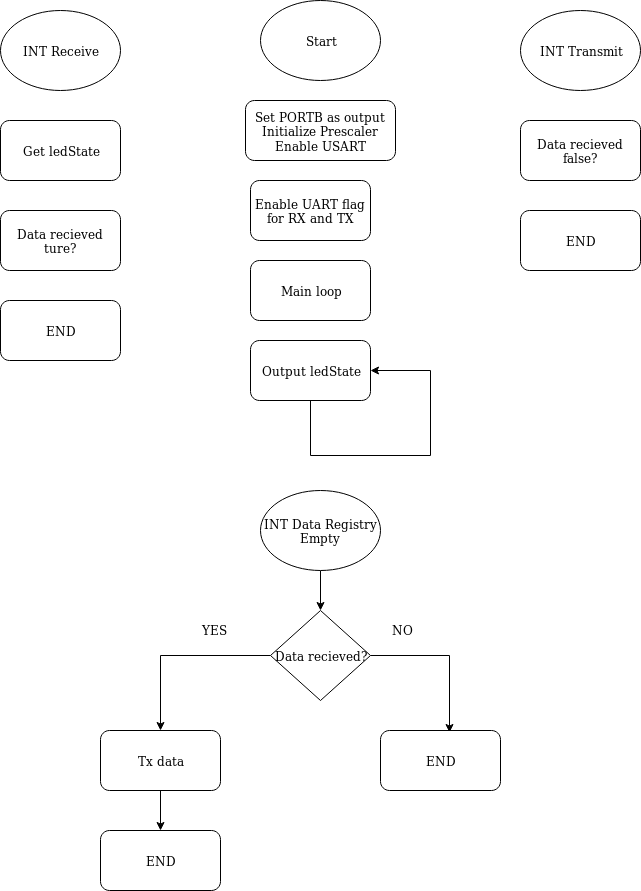
Earlier version of the draw.io export Lab 4/Flowcharts/5.png (samahDD/1DT301-2). Source tidied: cells renumbered, new cells last; positions are measured from the earlier drawing's top-left corner, leaving out a move shared by most shapes. Its diagram source:
```xml
<mxGraphModel>
  <root>
    <mxCell id="0" />
    <mxCell id="1" parent="0" />
    <mxCell id="2" value="Start" style="ellipse;whiteSpace=wrap;html=1;" parent="1" vertex="1">
      <mxGeometry x="260" width="120" height="80" as="geometry" />
    </mxCell>
    <mxCell id="3" value="Set PORTB as output&lt;br&gt;Initialize Prescaler&lt;br&gt;Enable USART" style="rounded=1;whiteSpace=wrap;html=1;" parent="1" vertex="1">
      <mxGeometry x="245" y="100" width="150" height="60" as="geometry" />
    </mxCell>
    <mxCell id="4" value="Enable UART flag for RX and TX" style="rounded=1;whiteSpace=wrap;html=1;" parent="1" vertex="1">
      <mxGeometry x="250" y="180" width="120" height="60" as="geometry" />
    </mxCell>
    <mxCell id="5" value="Main loop" style="rounded=1;whiteSpace=wrap;html=1;" parent="1" vertex="1">
      <mxGeometry x="250" y="260" width="120" height="60" as="geometry" />
    </mxCell>
    <mxCell id="6" style="edgeStyle=orthogonalEdgeStyle;rounded=0;orthogonalLoop=1;jettySize=auto;html=1;entryX=1;entryY=0.5;entryDx=0;entryDy=0;" parent="1" edge="1" source="7" target="7">
      <mxGeometry relative="1" as="geometry">
        <Array as="points">
          <mxPoint x="310" y="455" />
          <mxPoint x="430" y="455" />
          <mxPoint x="430" y="370" />
        </Array>
      </mxGeometry>
    </mxCell>
    <mxCell id="7" value="Output ledState" style="rounded=1;whiteSpace=wrap;html=1;" parent="1" vertex="1">
      <mxGeometry x="250" y="340" width="120" height="60" as="geometry" />
    </mxCell>
    <mxCell id="8" value="INT Receive" style="ellipse;whiteSpace=wrap;html=1;" parent="1" vertex="1">
      <mxGeometry y="10" width="120" height="80" as="geometry" />
    </mxCell>
    <mxCell id="9" style="edgeStyle=orthogonalEdgeStyle;rounded=0;jettySize=auto;html=1;" parent="1" edge="1" source="10" target="19">
      <mxGeometry relative="1" as="geometry" />
    </mxCell>
    <mxCell id="10" value="INT Data Registry Empty" style="ellipse;whiteSpace=wrap;html=1;" parent="1" vertex="1">
      <mxGeometry x="260" y="490" width="120" height="80" as="geometry" />
    </mxCell>
    <mxCell id="11" value="INT Transmit" style="ellipse;whiteSpace=wrap;html=1;" parent="1" vertex="1">
      <mxGeometry x="520" y="10" width="120" height="80" as="geometry" />
    </mxCell>
    <mxCell id="12" value="Get ledState" style="rounded=1;whiteSpace=wrap;html=1;" parent="1" vertex="1">
      <mxGeometry y="120" width="120" height="60" as="geometry" />
    </mxCell>
    <mxCell id="13" value="Data recieved ture?" style="rounded=1;whiteSpace=wrap;html=1;" parent="1" vertex="1">
      <mxGeometry y="210" width="120" height="60" as="geometry" />
    </mxCell>
    <mxCell id="14" value="END" style="rounded=1;whiteSpace=wrap;html=1;" parent="1" vertex="1">
      <mxGeometry y="300" width="120" height="60" as="geometry" />
    </mxCell>
    <mxCell id="15" value="Data recieved false?" style="rounded=1;whiteSpace=wrap;html=1;" parent="1" vertex="1">
      <mxGeometry x="520" y="120" width="120" height="60" as="geometry" />
    </mxCell>
    <mxCell id="16" value="END" style="rounded=1;whiteSpace=wrap;html=1;" parent="1" vertex="1">
      <mxGeometry x="520" y="210" width="120" height="60" as="geometry" />
    </mxCell>
    <mxCell id="17" style="edgeStyle=orthogonalEdgeStyle;rounded=0;jettySize=auto;html=1;entryX=0.5;entryY=0;entryDx=0;entryDy=0;" parent="1" edge="1" source="19" target="21">
      <mxGeometry relative="1" as="geometry" />
    </mxCell>
    <mxCell id="18" style="edgeStyle=orthogonalEdgeStyle;rounded=0;jettySize=auto;html=1;entryX=0.575;entryY=0.033;entryDx=0;entryDy=0;entryPerimeter=0;" parent="1" edge="1" source="19" target="23">
      <mxGeometry relative="1" as="geometry" />
    </mxCell>
    <mxCell id="19" value="Data recieved?" style="rhombus;whiteSpace=wrap;html=1;" parent="1" vertex="1">
      <mxGeometry x="270" y="610" width="100" height="90" as="geometry" />
    </mxCell>
    <mxCell id="20" style="edgeStyle=orthogonalEdgeStyle;rounded=0;jettySize=auto;html=1;" parent="1" edge="1" source="21" target="22">
      <mxGeometry relative="1" as="geometry" />
    </mxCell>
    <mxCell id="21" value="Tx data" style="rounded=1;whiteSpace=wrap;html=1;" parent="1" vertex="1">
      <mxGeometry x="100" y="730" width="120" height="60" as="geometry" />
    </mxCell>
    <mxCell id="22" value="END" style="rounded=1;whiteSpace=wrap;html=1;" parent="1" vertex="1">
      <mxGeometry x="100" y="830" width="120" height="60" as="geometry" />
    </mxCell>
    <mxCell id="23" value="END" style="rounded=1;whiteSpace=wrap;html=1;" parent="1" vertex="1">
      <mxGeometry x="380" y="730" width="120" height="60" as="geometry" />
    </mxCell>
    <mxCell id="24" value="YES" style="text;html=1;align=left;verticalAlign=top;spacingTop=-4;" parent="1" vertex="1">
      <mxGeometry x="200" y="620" width="40" height="20" as="geometry" />
    </mxCell>
    <mxCell id="25" value="NO" style="text;html=1;align=left;verticalAlign=top;spacingTop=-4;" parent="1" vertex="1">
      <mxGeometry x="390" y="620" width="40" height="20" as="geometry" />
    </mxCell>
  </root>
</mxGraphModel>
```
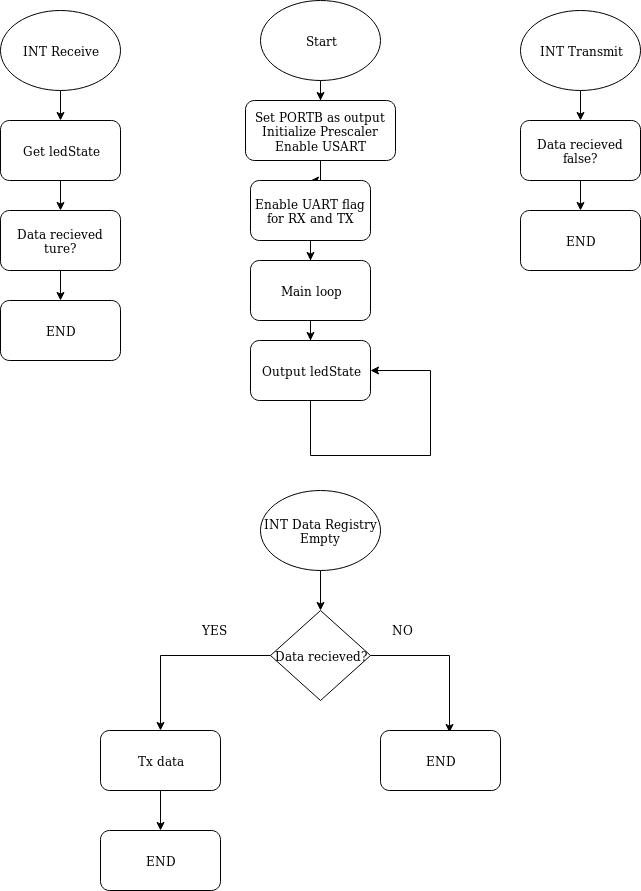
The same diagram one commit later.

Commit message:
lab 6 task 4 flowchart

Change to the diagram source:
```diff
@@ -2,15 +2,27 @@
   <root>
     <mxCell id="0" />
     <mxCell id="1" parent="0" />
+    <mxCell id="26" style="edgeStyle=orthogonalEdgeStyle;rounded=0;jettySize=auto;html=1;" parent="1" edge="1" source="2" target="3">
+      <mxGeometry relative="1" as="geometry" />
+    </mxCell>
     <mxCell id="2" value="Start" style="ellipse;whiteSpace=wrap;html=1;" parent="1" vertex="1">
       <mxGeometry x="260" width="120" height="80" as="geometry" />
     </mxCell>
+    <mxCell id="27" style="edgeStyle=orthogonalEdgeStyle;rounded=0;jettySize=auto;html=1;" parent="1" edge="1" source="3" target="4">
+      <mxGeometry relative="1" as="geometry" />
+    </mxCell>
     <mxCell id="3" value="Set PORTB as output&lt;br&gt;Initialize Prescaler&lt;br&gt;Enable USART" style="rounded=1;whiteSpace=wrap;html=1;" parent="1" vertex="1">
       <mxGeometry x="245" y="100" width="150" height="60" as="geometry" />
     </mxCell>
+    <mxCell id="28" style="edgeStyle=orthogonalEdgeStyle;rounded=0;jettySize=auto;html=1;" parent="1" edge="1" source="4" target="5">
+      <mxGeometry relative="1" as="geometry" />
+    </mxCell>
     <mxCell id="4" value="Enable UART flag for RX and TX" style="rounded=1;whiteSpace=wrap;html=1;" parent="1" vertex="1">
       <mxGeometry x="250" y="180" width="120" height="60" as="geometry" />
     </mxCell>
+    <mxCell id="29" style="edgeStyle=orthogonalEdgeStyle;rounded=0;jettySize=auto;html=1;" parent="1" edge="1" source="5" target="7">
+      <mxGeometry relative="1" as="geometry" />
+    </mxCell>
     <mxCell id="5" value="Main loop" style="rounded=1;whiteSpace=wrap;html=1;" parent="1" vertex="1">
       <mxGeometry x="250" y="260" width="120" height="60" as="geometry" />
     </mxCell>
@@ -26,6 +38,9 @@
     <mxCell id="7" value="Output ledState" style="rounded=1;whiteSpace=wrap;html=1;" parent="1" vertex="1">
       <mxGeometry x="250" y="340" width="120" height="60" as="geometry" />
     </mxCell>
+    <mxCell id="30" style="edgeStyle=orthogonalEdgeStyle;rounded=0;jettySize=auto;html=1;" parent="1" edge="1" source="8" target="12">
+      <mxGeometry relative="1" as="geometry" />
+    </mxCell>
     <mxCell id="8" value="INT Receive" style="ellipse;whiteSpace=wrap;html=1;" parent="1" vertex="1">
       <mxGeometry y="10" width="120" height="80" as="geometry" />
     </mxCell>
@@ -35,18 +50,30 @@
     <mxCell id="10" value="INT Data Registry Empty" style="ellipse;whiteSpace=wrap;html=1;" parent="1" vertex="1">
       <mxGeometry x="260" y="490" width="120" height="80" as="geometry" />
     </mxCell>
+    <mxCell id="31" style="edgeStyle=orthogonalEdgeStyle;rounded=0;jettySize=auto;html=1;" parent="1" edge="1" source="11" target="15">
+      <mxGeometry relative="1" as="geometry" />
+    </mxCell>
     <mxCell id="11" value="INT Transmit" style="ellipse;whiteSpace=wrap;html=1;" parent="1" vertex="1">
       <mxGeometry x="520" y="10" width="120" height="80" as="geometry" />
     </mxCell>
+    <mxCell id="32" style="edgeStyle=orthogonalEdgeStyle;rounded=0;jettySize=auto;html=1;" parent="1" edge="1" source="12" target="13">
+      <mxGeometry relative="1" as="geometry" />
+    </mxCell>
     <mxCell id="12" value="Get ledState" style="rounded=1;whiteSpace=wrap;html=1;" parent="1" vertex="1">
       <mxGeometry y="120" width="120" height="60" as="geometry" />
     </mxCell>
+    <mxCell id="33" style="edgeStyle=orthogonalEdgeStyle;rounded=0;jettySize=auto;html=1;" parent="1" edge="1" source="13" target="14">
+      <mxGeometry relative="1" as="geometry" />
+    </mxCell>
     <mxCell id="13" value="Data recieved ture?" style="rounded=1;whiteSpace=wrap;html=1;" parent="1" vertex="1">
       <mxGeometry y="210" width="120" height="60" as="geometry" />
     </mxCell>
     <mxCell id="14" value="END" style="rounded=1;whiteSpace=wrap;html=1;" parent="1" vertex="1">
       <mxGeometry y="300" width="120" height="60" as="geometry" />
     </mxCell>
+    <mxCell id="34" style="edgeStyle=orthogonalEdgeStyle;rounded=0;jettySize=auto;html=1;" parent="1" edge="1" source="15" target="16">
+      <mxGeometry relative="1" as="geometry" />
+    </mxCell>
     <mxCell id="15" value="Data recieved false?" style="rounded=1;whiteSpace=wrap;html=1;" parent="1" vertex="1">
       <mxGeometry x="520" y="120" width="120" height="60" as="geometry" />
     </mxCell>
```
